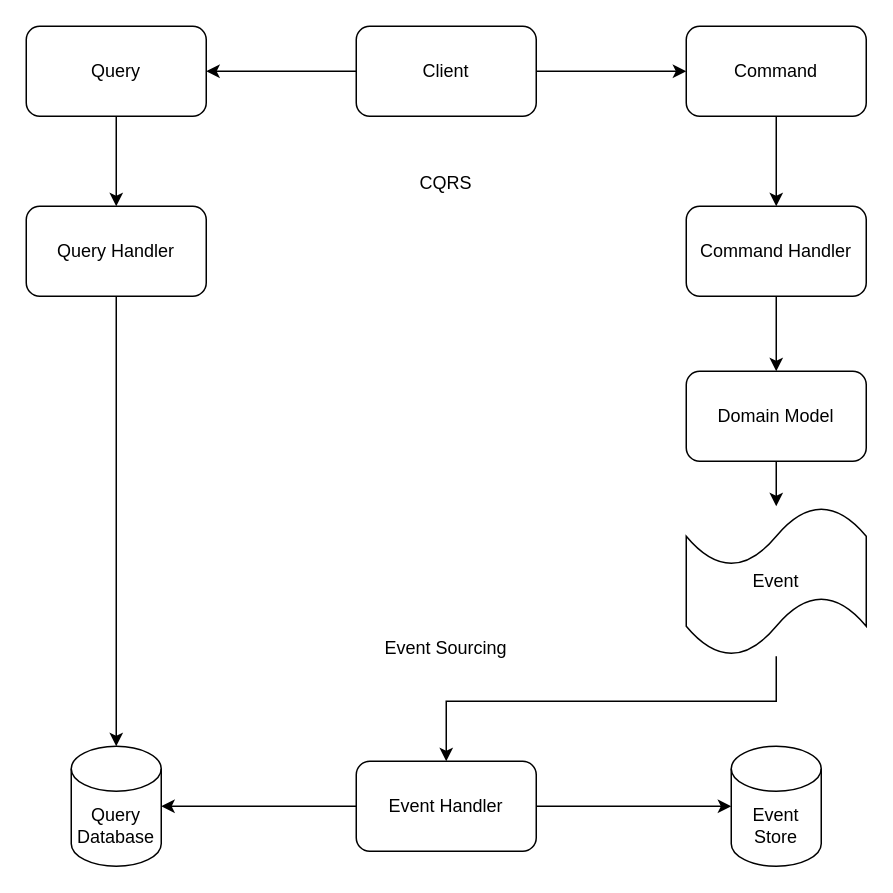
The draw.io diagram CQRS and Event Sourcing.drawio in sukantagarwal/Event-Driven-Apps-Architectures, before the edit. Source tidied: cells renumbered, new cells numbered last; positions are measured from the earlier drawing's top-left corner, leaving out a move shared by most shapes. Both pictures are drawn from the tidied source at 150%, with x=0, y=0 at pixel (26, 26).
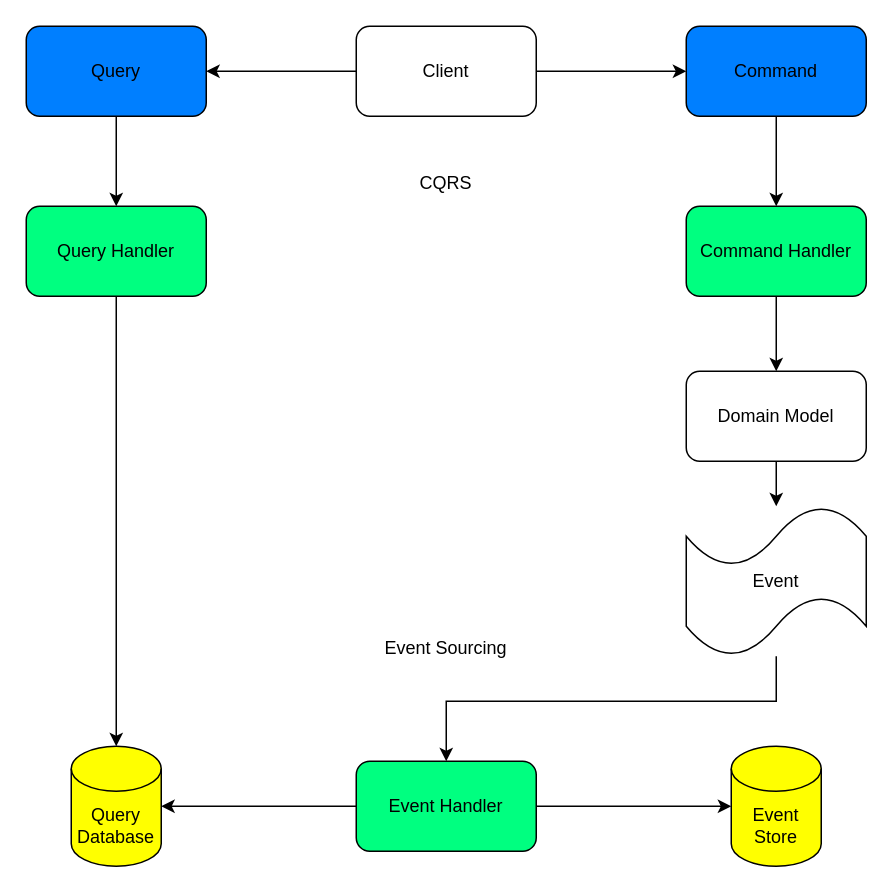
The same page after the edit.

What changed in the source:
```diff
@@
-    <mxCell id="6" value="Query" style="rounded=1;whiteSpace=wrap;html=1;" parent="1" vertex="1">
+    <mxCell id="6" value="Query" style="rounded=1;whiteSpace=wrap;html=1;fillColor=#007FFF;" parent="1" vertex="1">
       <mxGeometry width="120" height="60" as="geometry" />
     </mxCell>
@@
-    <mxCell id="8" value="Command" style="rounded=1;whiteSpace=wrap;html=1;" parent="1" vertex="1">
+    <mxCell id="8" value="Command" style="rounded=1;whiteSpace=wrap;html=1;fillColor=#007FFF;" parent="1" vertex="1">
       <mxGeometry x="440" width="120" height="60" as="geometry" />
     </mxCell>
@@
-    <mxCell id="11" value="Event Store" style="shape=cylinder3;whiteSpace=wrap;html=1;boundedLbl=1;backgroundOutline=1;size=15;" parent="1" vertex="1">
+    <mxCell id="11" value="Event Store" style="shape=cylinder3;whiteSpace=wrap;html=1;boundedLbl=1;backgroundOutline=1;size=15;fillColor=#FFFF00;" parent="1" vertex="1">
       <mxGeometry x="470" y="480" width="60" height="80" as="geometry" />
     </mxCell>
@@
-    <mxCell id="14" value="Event Handler" style="rounded=1;whiteSpace=wrap;html=1;" parent="1" vertex="1">
+    <mxCell id="14" value="Event Handler" style="rounded=1;whiteSpace=wrap;html=1;fillColor=#00FF80;" parent="1" vertex="1">
       <mxGeometry x="220" y="490" width="120" height="60" as="geometry" />
     </mxCell>
-    <mxCell id="15" value="Query Database" style="shape=cylinder3;whiteSpace=wrap;html=1;boundedLbl=1;backgroundOutline=1;size=15;" parent="1" vertex="1">
+    <mxCell id="15" value="Query Database" style="shape=cylinder3;whiteSpace=wrap;html=1;boundedLbl=1;backgroundOutline=1;size=15;fillColor=#FFFF00;" parent="1" vertex="1">
       <mxGeometry x="30" y="480" width="60" height="80" as="geometry" />
     </mxCell>
@@
-    <mxCell id="17" value="Command Handler" style="rounded=1;whiteSpace=wrap;html=1;" parent="1" vertex="1">
+    <mxCell id="17" value="Command Handler" style="rounded=1;whiteSpace=wrap;html=1;fillColor=#00FF80;" parent="1" vertex="1">
       <mxGeometry x="440" y="120" width="120" height="60" as="geometry" />
     </mxCell>
@@
-    <mxCell id="19" value="Query Handler" style="rounded=1;whiteSpace=wrap;html=1;" parent="1" vertex="1">
+    <mxCell id="19" value="Query Handler" style="rounded=1;whiteSpace=wrap;html=1;fillColor=#00FF80;" parent="1" vertex="1">
       <mxGeometry y="120" width="120" height="60" as="geometry" />
     </mxCell>
```
